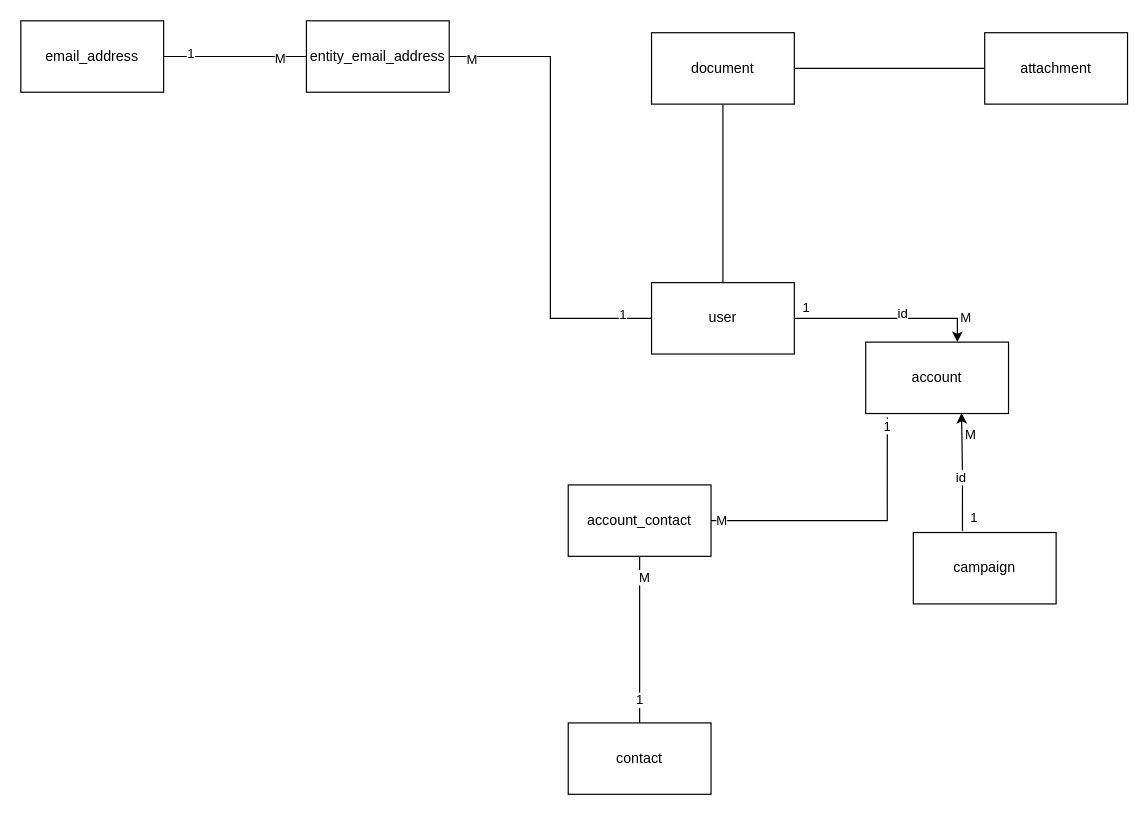
Earlier version of the draw.io diagram Untitled Diagram.drawio (egorb17/ESPO-DB). Source tidied: cells renumbered, new cells numbered last; positions are measured from the earlier drawing's top-left corner, leaving out a move shared by most shapes. Both pictures are drawn from the tidied source at 119%, with x=0, y=0 at pixel (20, 20).
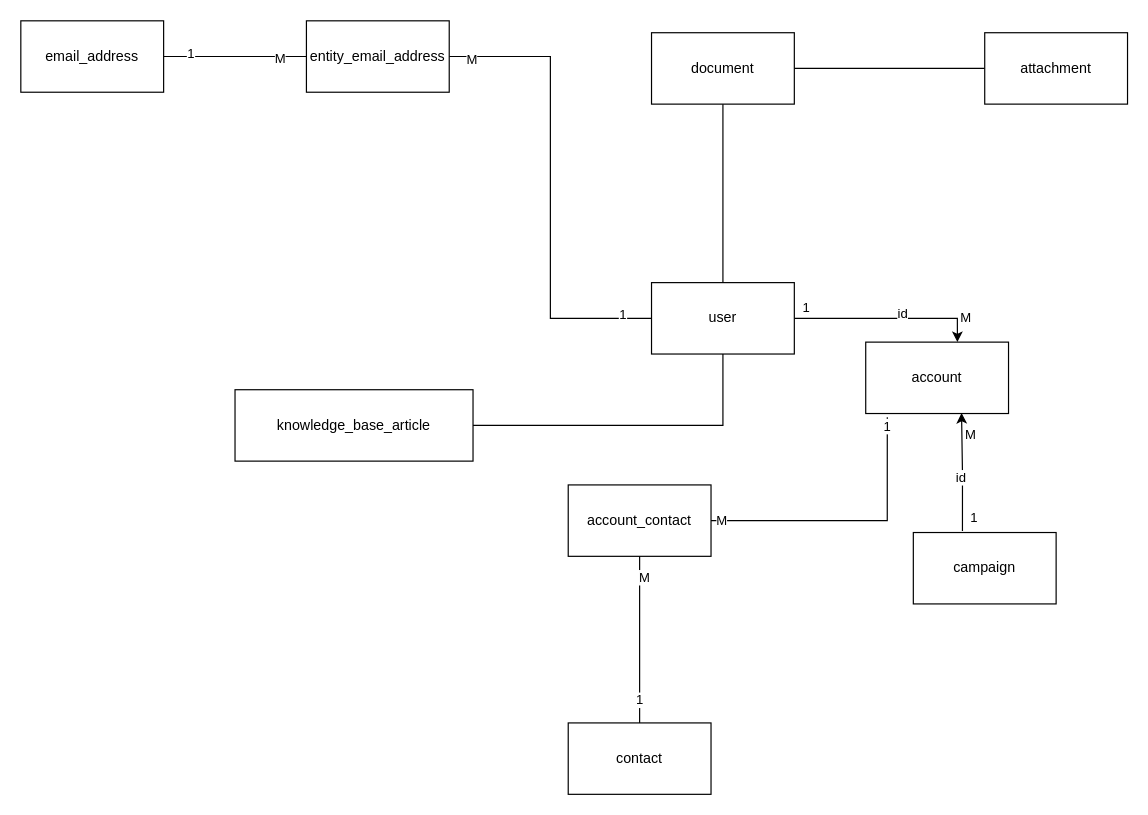
The same page after the edit.

The change refers to these unchanged cells:
```xml
<mxCell id="6" value="user" style="rounded=0;whiteSpace=wrap;html=1;" parent="1" vertex="1">
  <mxGeometry x="530" y="220" width="120" height="60" as="geometry" />
</mxCell>
```

Diff of the diagram source:
```diff
@@
+    <mxCell id="33" style="edgeStyle=orthogonalEdgeStyle;rounded=0;jettySize=auto;html=1;exitX=1;exitY=0.5;exitDx=0;exitDy=0;entryX=0.5;entryY=1;entryDx=0;entryDy=0;fontFamily=Helvetica;endArrow=none;endFill=0;" parent="1" edge="1" source="34" target="6">
+      <mxGeometry relative="1" as="geometry" />
+    </mxCell>
+    <mxCell id="34" value="knowledge_base_article" style="rounded=0;whiteSpace=wrap;html=1;fontFamily=Helvetica;" parent="1" vertex="1">
+      <mxGeometry x="180" y="310" width="200" height="60" as="geometry" />
+    </mxCell>
```
